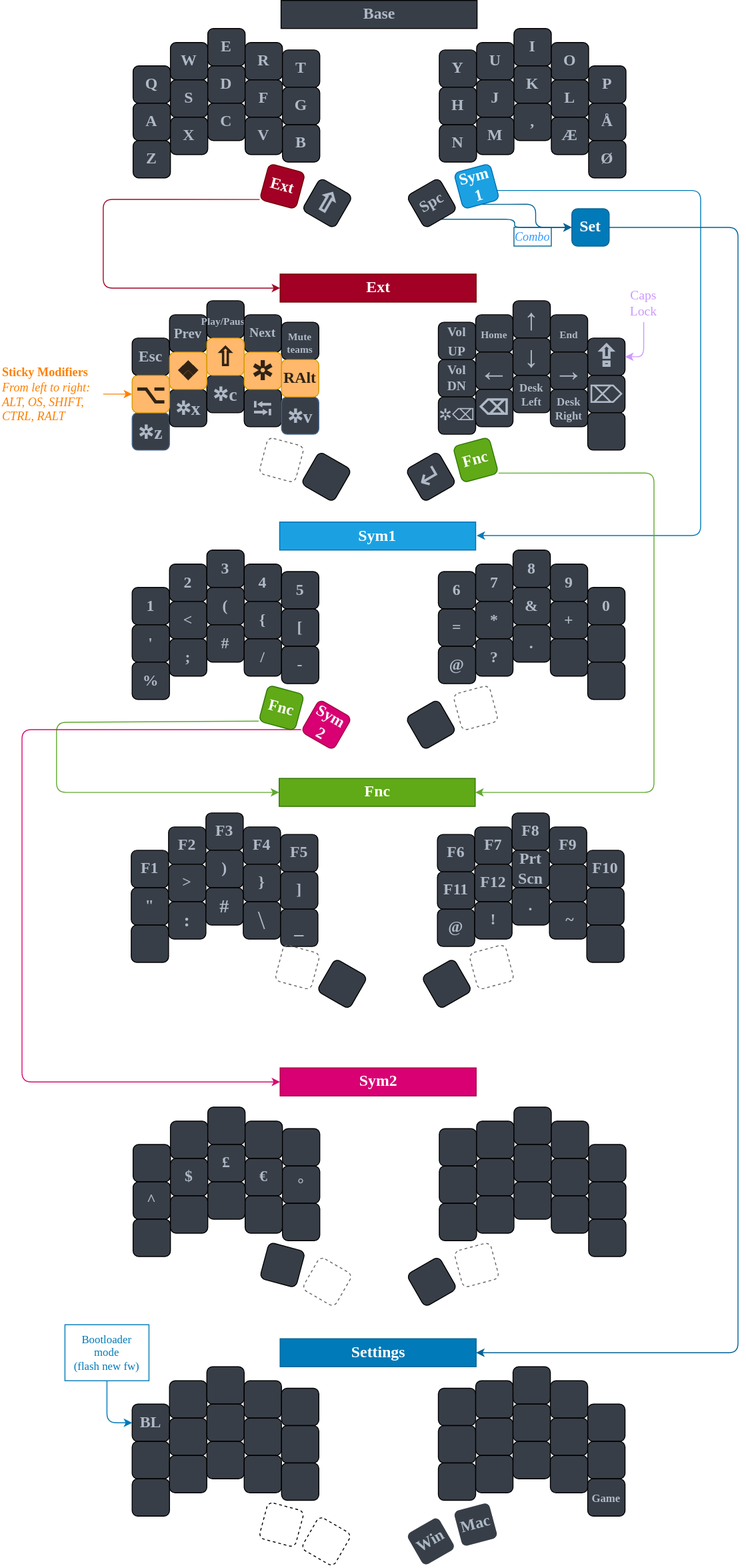
This is Palm Keyboard Layout.drawio.svg from henrik-palm/zmk-urchin, a draw.io export, as it was before one commit. Source tidied: cells renumbered, new cells last; positions are measured from the earlier drawing's top-left corner, leaving out a move shared by most shapes.
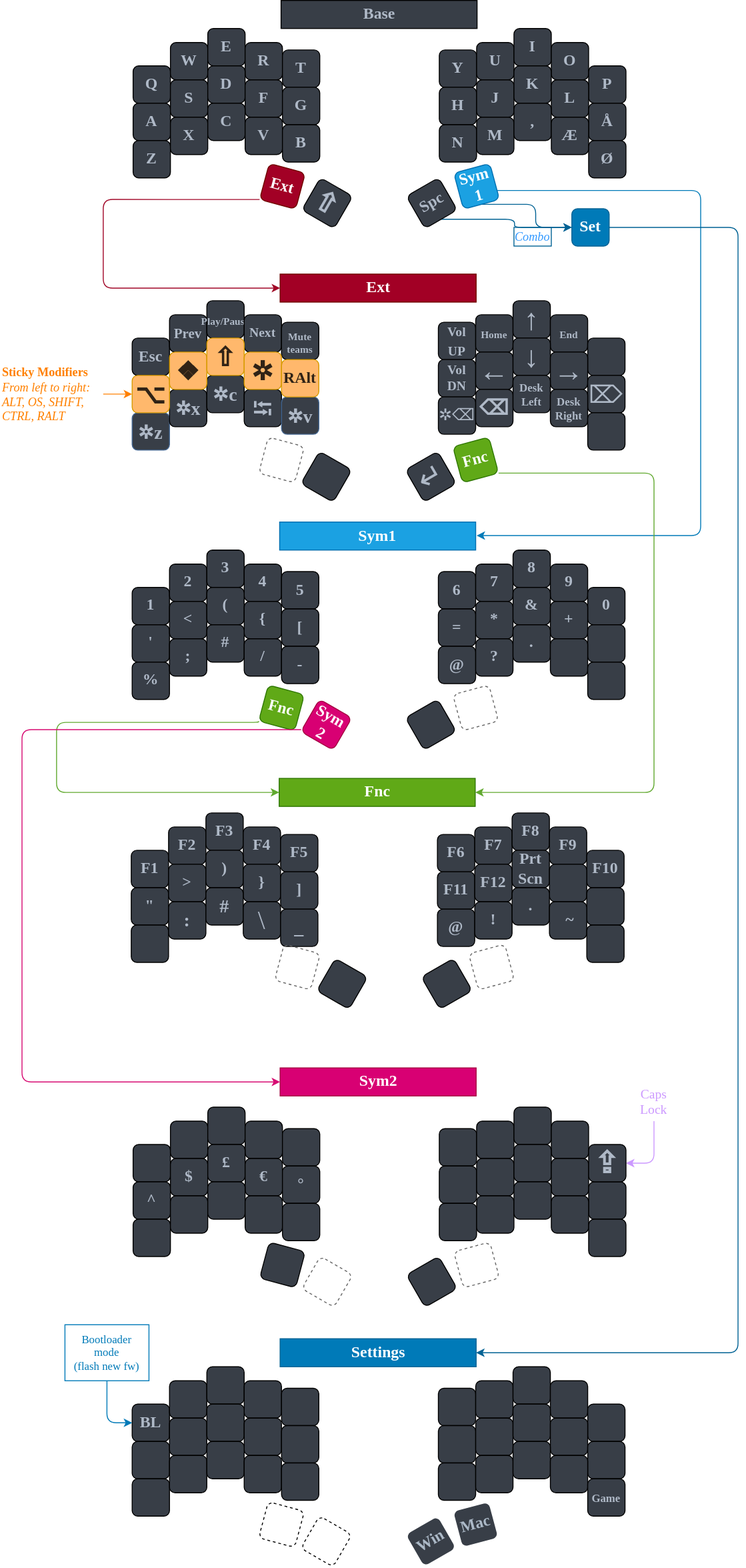
The same diagram one commit later.

What changed in the source:
```diff
@@ -425,7 +425,7 @@
     <mxCell id="131" value="&lt;span style=&quot;font-size: 11px;&quot;&gt;End&lt;/span&gt;" style="whiteSpace=wrap;html=1;fontSize=17;fontFamily=Verdana;fontStyle=1;fontColor=#AFB9C7;fillColor=#383E47;rounded=1;" parent="1" vertex="1">
       <mxGeometry x="589" y="336.5" width="40" height="40" as="geometry" />
     </mxCell>
-    <mxCell id="132" value="&lt;span style=&quot;font-family: &amp;quot;segoe ui emoji&amp;quot;, &amp;quot;apple color emoji&amp;quot;, &amp;quot;noto color emoji&amp;quot;; font-size: 32px;&quot;&gt;⇪&lt;/span&gt;" style="whiteSpace=wrap;html=1;fontSize=17;fontFamily=Verdana;fontStyle=1;fontColor=#AFB9C7;fillColor=#383E47;rounded=1;" parent="1" vertex="1">
+    <mxCell id="132" style="whiteSpace=wrap;html=1;fontSize=17;fontFamily=Verdana;fontStyle=1;fontColor=#AFB9C7;fillColor=#383E47;rounded=1;" parent="1" vertex="1">
       <mxGeometry x="629" y="361.5" width="40" height="40" as="geometry" />
     </mxCell>
     <mxCell id="133" value="&lt;span style=&quot;font-size: 14px;&quot;&gt;Vol&lt;/span&gt;&lt;br style=&quot;font-size: 14px;&quot;&gt;&lt;span style=&quot;font-size: 14px;&quot;&gt;DN&lt;/span&gt;" style="whiteSpace=wrap;html=1;fontSize=14;fontFamily=Verdana;fontStyle=1;fontColor=#AFB9C7;fillColor=#383E47;rounded=1;" parent="1" vertex="1">
@@ -596,11 +596,11 @@
         <mxPoint x="200" y="1113" as="targetPoint" />
       </mxGeometry>
     </mxCell>
-    <mxCell id="188" style="edgeStyle=orthogonalEdgeStyle;rounded=1;jettySize=auto;html=1;entryX=1;entryY=0.5;entryDx=0;entryDy=0;fontColor=#CC99FF;strokeColor=#CC99FF;curved=0;" parent="1" edge="1" source="189" target="132">
+    <mxCell id="188" style="edgeStyle=orthogonalEdgeStyle;rounded=1;jettySize=auto;html=1;entryX=1;entryY=0.5;entryDx=0;entryDy=0;fontColor=#CC99FF;strokeColor=#CC99FF;curved=0;exitX=0.5;exitY=1;exitDx=0;exitDy=0;" parent="1" edge="1" source="189" target="229">
       <mxGeometry relative="1" as="geometry" />
     </mxCell>
     <mxCell id="189" value="Caps&lt;br&gt;Lock" style="text;html=1;align=center;verticalAlign=middle;whiteSpace=wrap;rounded=0;shadow=0;glass=0;sketch=0;fontFamily=Verdana;fontSize=14;fillColor=none;fontColor=#CC99FF;" parent="1" vertex="1">
-      <mxGeometry x="669" y="304.5" width="40" height="40" as="geometry" />
+      <mxGeometry x="680" y="1160" width="40" height="40" as="geometry" />
     </mxCell>
     <mxCell id="190" style="whiteSpace=wrap;html=1;fontSize=17;fontFamily=Verdana;fontStyle=1;fontColor=#AFB9C7;fillColor=#383E47;rounded=1;" parent="1" vertex="1">
       <mxGeometry x="142" y="1225" width="40" height="40" as="geometry" />
@@ -665,9 +665,6 @@
     <mxCell id="210" style="whiteSpace=wrap;html=1;fontSize=17;fontFamily=Verdana;fontStyle=1;fontColor=#AFB9C7;fillColor=#383E47;rounded=1;" parent="1" vertex="1">
       <mxGeometry x="590" y="1200" width="40" height="40" as="geometry" />
     </mxCell>
-    <mxCell id="211" style="whiteSpace=wrap;html=1;fontSize=17;fontFamily=Verdana;fontStyle=1;fontColor=#AFB9C7;fillColor=#383E47;rounded=1;" parent="1" vertex="1">
-      <mxGeometry x="630" y="1225" width="40" height="40" as="geometry" />
-    </mxCell>
     <mxCell id="212" style="whiteSpace=wrap;html=1;fontSize=17;fontFamily=Verdana;fontStyle=1;fontColor=#AFB9C7;fillColor=#383E47;rounded=1;" parent="1" vertex="1">
       <mxGeometry x="470" y="1248" width="40" height="40" as="geometry" />
     </mxCell>
@@ -719,5 +716,8 @@
     <mxCell id="228" value="&lt;div style=&quot;font-size: 12px;&quot;&gt;&lt;div&gt;Bootloader&lt;/div&gt;&lt;div&gt;mode&lt;/div&gt;&lt;div&gt;(flash new fw)&lt;/div&gt;&lt;/div&gt;" style="text;html=1;strokeColor=#007AB8;fillColor=none;align=center;verticalAlign=middle;whiteSpace=wrap;rounded=0;shadow=0;glass=0;sketch=0;fontFamily=Verdana;fontSize=12;fontColor=#007AB8;" parent="1" vertex="1">
       <mxGeometry x="69" y="1418" width="90" height="60" as="geometry" />
     </mxCell>
+    <mxCell id="229" value="&lt;span style=&quot;font-family: &amp;quot;segoe ui emoji&amp;quot;, &amp;quot;apple color emoji&amp;quot;, &amp;quot;noto color emoji&amp;quot;; font-size: 32px;&quot;&gt;⇪&lt;/span&gt;" style="whiteSpace=wrap;html=1;fontSize=17;fontFamily=Verdana;fontStyle=1;fontColor=#AFB9C7;fillColor=#383E47;rounded=1;" parent="1" vertex="1">
+      <mxGeometry x="630" y="1225" width="40" height="40" as="geometry" />
+    </mxCell>
   </root>
 </mxGraphModel>
```
